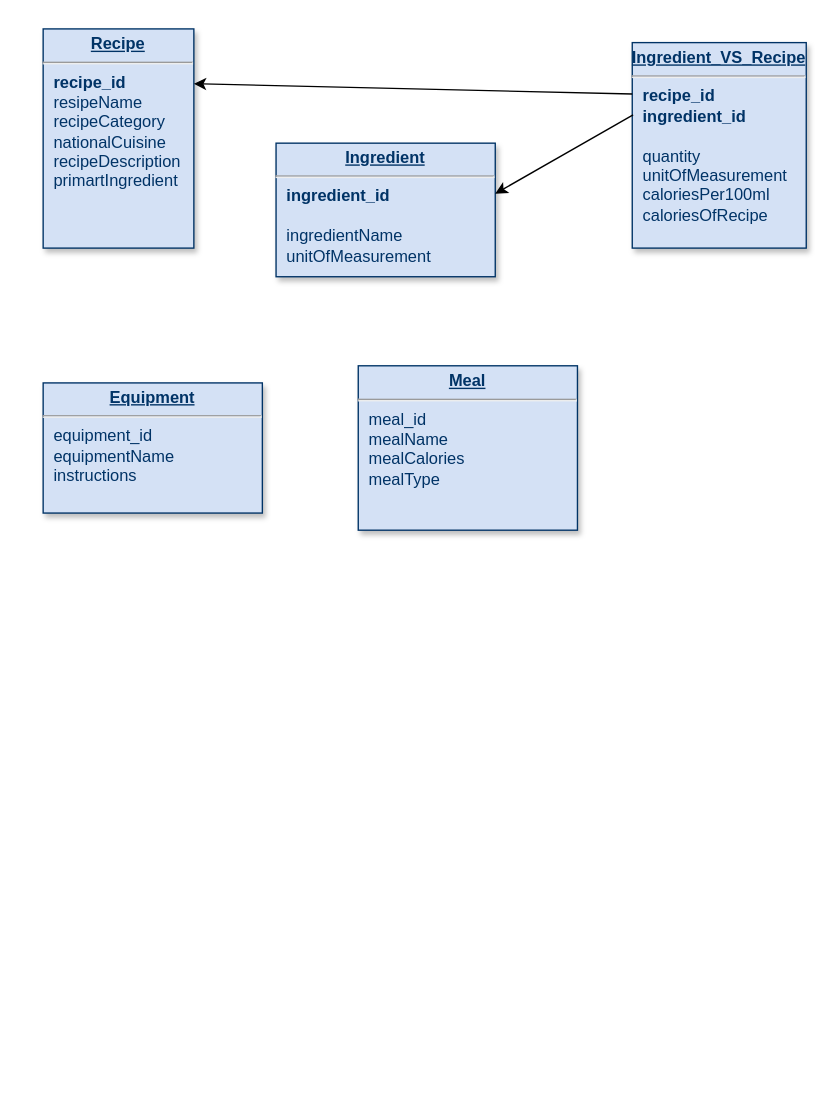
Silia030303/Data_Base_NTUA keeps this draw.io diagram as Untitled Diagram.drawio. Above is the earlier version. Source tidied: cells renumbered, new cells numbered last; positions are measured from the earlier drawing's top-left corner, leaving out a move shared by most shapes. Both pictures are drawn from the tidied source at 137%, with x=0, y=0 at pixel (42, 29).
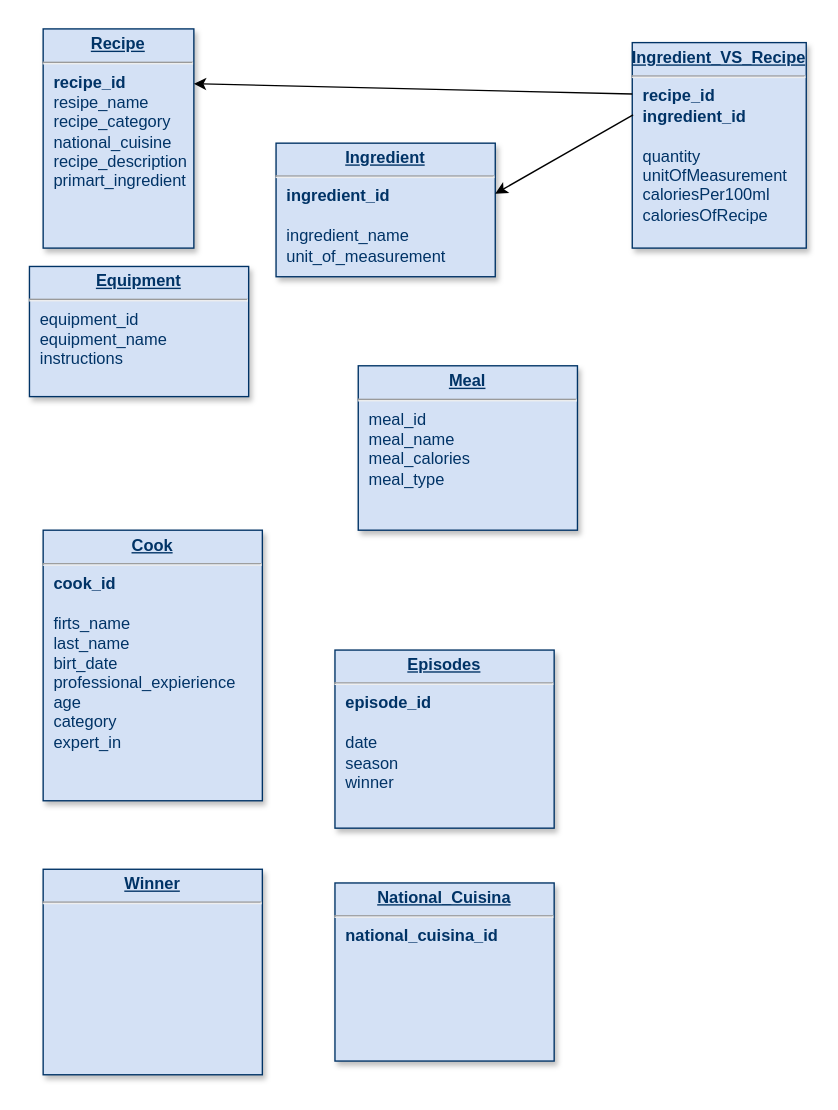
After the change.

The edit, as a diff of the source:
```diff
@@
 <mxGraphModel>
   <root>
     <mxCell id="0" />
     <mxCell id="1" parent="0" />
-    <mxCell id="2" value="&lt;p style=&quot;margin: 0px; margin-top: 4px; text-align: center; text-decoration: underline;&quot;&gt;&lt;b&gt;Meal&lt;/b&gt;&lt;/p&gt;&lt;hr&gt;&lt;p style=&quot;margin: 0px; margin-left: 8px;&quot;&gt;meal_id&lt;br&gt;mealName&lt;/p&gt;&lt;p style=&quot;margin: 0px; margin-left: 8px;&quot;&gt;mealCalories&lt;/p&gt;&lt;p style=&quot;margin: 0px; margin-left: 8px;&quot;&gt;mealType&lt;/p&gt;" style="verticalAlign=top;align=left;overflow=fill;fontSize=12;fontFamily=Helvetica;html=1;strokeColor=#003366;shadow=1;fillColor=#D4E1F5;fontColor=#003366;" parent="1" vertex="1">
+    <mxCell id="2" value="&lt;p style=&quot;margin: 0px; margin-top: 4px; text-align: center; text-decoration: underline;&quot;&gt;&lt;b&gt;Meal&lt;/b&gt;&lt;/p&gt;&lt;hr&gt;&lt;p style=&quot;margin: 0px; margin-left: 8px;&quot;&gt;meal_id&lt;br&gt;meal_name&lt;/p&gt;&lt;p style=&quot;margin: 0px; margin-left: 8px;&quot;&gt;meal_calories&lt;/p&gt;&lt;p style=&quot;margin: 0px; margin-left: 8px;&quot;&gt;meal_type&lt;/p&gt;" style="verticalAlign=top;align=left;overflow=fill;fontSize=12;fontFamily=Helvetica;html=1;strokeColor=#003366;shadow=1;fillColor=#D4E1F5;fontColor=#003366;" parent="1" vertex="1">
       <mxGeometry x="230" y="245.5" width="160" height="120" as="geometry" />
     </mxCell>
-    <mxCell id="3" value="&lt;p style=&quot;margin: 4px 0px 0px; text-align: center;&quot;&gt;&lt;b style=&quot;text-decoration-line: underline;&quot;&gt;In&lt;/b&gt;&lt;span style=&quot;background-color: initial; text-align: left;&quot;&gt;&lt;b&gt;&lt;u&gt;gredient&lt;/u&gt;&lt;/b&gt;&lt;/span&gt;&lt;/p&gt;&lt;hr&gt;&lt;p style=&quot;margin: 0px; margin-left: 8px;&quot;&gt;&lt;b&gt;ingredient_id&lt;/b&gt;&lt;/p&gt;&lt;p style=&quot;margin: 0px; margin-left: 8px;&quot;&gt;&lt;br&gt;&lt;/p&gt;&lt;p style=&quot;margin: 0px; margin-left: 8px;&quot;&gt;ingredientName&amp;nbsp;&lt;/p&gt;&lt;p style=&quot;margin: 0px; margin-left: 8px;&quot;&gt;unitOfMeasurement&lt;/p&gt;" style="verticalAlign=top;align=left;overflow=fill;fontSize=12;fontFamily=Helvetica;html=1;strokeColor=#003366;shadow=1;fillColor=#D4E1F5;fontColor=#003366;" parent="1" vertex="1">
+    <mxCell id="3" value="&lt;p style=&quot;margin: 4px 0px 0px; text-align: center;&quot;&gt;&lt;b style=&quot;text-decoration-line: underline;&quot;&gt;In&lt;/b&gt;&lt;span style=&quot;background-color: initial; text-align: left;&quot;&gt;&lt;b&gt;&lt;u&gt;gredient&lt;/u&gt;&lt;/b&gt;&lt;/span&gt;&lt;/p&gt;&lt;hr&gt;&lt;p style=&quot;margin: 0px; margin-left: 8px;&quot;&gt;&lt;b&gt;ingredient_id&lt;/b&gt;&lt;/p&gt;&lt;p style=&quot;margin: 0px; margin-left: 8px;&quot;&gt;&lt;br&gt;&lt;/p&gt;&lt;p style=&quot;margin: 0px; margin-left: 8px;&quot;&gt;ingredient_name&amp;nbsp;&lt;/p&gt;&lt;p style=&quot;margin: 0px; margin-left: 8px;&quot;&gt;unit_of_measurement&lt;/p&gt;" style="verticalAlign=top;align=left;overflow=fill;fontSize=12;fontFamily=Helvetica;html=1;strokeColor=#003366;shadow=1;fillColor=#D4E1F5;fontColor=#003366;" parent="1" vertex="1">
       <mxGeometry x="170" y="83" width="160" height="97.5" as="geometry" />
     </mxCell>
-    <mxCell id="4" value="&lt;p style=&quot;margin: 0px; margin-top: 4px; text-align: center; text-decoration: underline;&quot;&gt;&lt;b&gt;Equipment&lt;/b&gt;&lt;/p&gt;&lt;hr&gt;&lt;p style=&quot;margin: 0px; margin-left: 8px;&quot;&gt;equipment_id&lt;/p&gt;&lt;p style=&quot;margin: 0px; margin-left: 8px;&quot;&gt;equipmentName&amp;nbsp;&lt;/p&gt;&lt;p style=&quot;margin: 0px; margin-left: 8px;&quot;&gt;instructions&lt;/p&gt;" style="verticalAlign=top;align=left;overflow=fill;fontSize=12;fontFamily=Helvetica;html=1;strokeColor=#003366;shadow=1;fillColor=#D4E1F5;fontColor=#003366;" parent="1" vertex="1">
-      <mxGeometry y="258" width="160" height="95" as="geometry" />
+    <mxCell id="4" value="&lt;p style=&quot;margin: 0px; margin-top: 4px; text-align: center; text-decoration: underline;&quot;&gt;&lt;b&gt;Equipment&lt;/b&gt;&lt;/p&gt;&lt;hr&gt;&lt;p style=&quot;margin: 0px; margin-left: 8px;&quot;&gt;equipment_id&lt;/p&gt;&lt;p style=&quot;margin: 0px; margin-left: 8px;&quot;&gt;equipment_name&amp;nbsp;&lt;/p&gt;&lt;p style=&quot;margin: 0px; margin-left: 8px;&quot;&gt;instructions&lt;/p&gt;" style="verticalAlign=top;align=left;overflow=fill;fontSize=12;fontFamily=Helvetica;html=1;strokeColor=#003366;shadow=1;fillColor=#D4E1F5;fontColor=#003366;" parent="1" vertex="1">
+      <mxGeometry x="-10" y="173" width="160" height="95" as="geometry" />
     </mxCell>
     <mxCell id="5" value="&lt;p style=&quot;margin: 0px; margin-top: 4px; text-align: center; text-decoration: underline;&quot;&gt;&lt;b&gt;Ingredient_VS_Recipe&lt;/b&gt;&lt;/p&gt;&lt;hr&gt;&lt;p style=&quot;margin: 0px; margin-left: 8px;&quot;&gt;&lt;b&gt;recipe_id&lt;/b&gt;&lt;/p&gt;&lt;p style=&quot;margin: 0px; margin-left: 8px;&quot;&gt;&lt;b&gt;ingredient_id&lt;/b&gt;&lt;/p&gt;&lt;p style=&quot;margin: 0px; margin-left: 8px;&quot;&gt;&lt;br&gt;&lt;/p&gt;&lt;p style=&quot;margin: 0px; margin-left: 8px;&quot;&gt;quantity&amp;nbsp;&lt;/p&gt;&lt;p style=&quot;margin: 0px; margin-left: 8px;&quot;&gt;unitOfMeasurement&lt;/p&gt;&lt;p style=&quot;margin: 0px; margin-left: 8px;&quot;&gt;caloriesPer100ml&lt;/p&gt;&lt;p style=&quot;margin: 0px; margin-left: 8px;&quot;&gt;caloriesOfRecipe&lt;/p&gt;" style="verticalAlign=top;align=left;overflow=fill;fontSize=12;fontFamily=Helvetica;html=1;strokeColor=#003366;shadow=1;fillColor=#D4E1F5;fontColor=#003366;" parent="1" vertex="1">
       <mxGeometry x="430" y="9.6" width="127" height="150" as="geometry" />
     </mxCell>
-    <mxCell id="6" value="&lt;p style=&quot;margin: 0px; margin-top: 4px; text-align: center; text-decoration: underline;&quot;&gt;&lt;b&gt;Recipe&lt;/b&gt;&lt;/p&gt;&lt;hr&gt;&lt;p style=&quot;margin: 0px; margin-left: 8px;&quot;&gt;&lt;b&gt;recipe_id&lt;/b&gt;&lt;/p&gt;&lt;p style=&quot;margin: 0px; margin-left: 8px;&quot;&gt;resipeName&lt;/p&gt;&lt;p style=&quot;margin: 0px; margin-left: 8px;&quot;&gt;recipeCategory&lt;/p&gt;&lt;p style=&quot;margin: 0px; margin-left: 8px;&quot;&gt;nationalCuisine&lt;/p&gt;&lt;p style=&quot;margin: 0px; margin-left: 8px;&quot;&gt;recipeDescription&lt;/p&gt;&lt;p style=&quot;margin: 0px; margin-left: 8px;&quot;&gt;primartIngredient&lt;/p&gt;" style="verticalAlign=top;align=left;overflow=fill;fontSize=12;fontFamily=Helvetica;html=1;strokeColor=#003366;shadow=1;fillColor=#D4E1F5;fontColor=#003366;" parent="1" vertex="1">
+    <mxCell id="6" value="&lt;p style=&quot;margin: 0px; margin-top: 4px; text-align: center; text-decoration: underline;&quot;&gt;&lt;b&gt;Recipe&lt;/b&gt;&lt;/p&gt;&lt;hr&gt;&lt;p style=&quot;margin: 0px; margin-left: 8px;&quot;&gt;&lt;b&gt;recipe_id&lt;/b&gt;&lt;/p&gt;&lt;p style=&quot;margin: 0px; margin-left: 8px;&quot;&gt;resipe_name&lt;/p&gt;&lt;p style=&quot;margin: 0px; margin-left: 8px;&quot;&gt;recipe_category&lt;/p&gt;&lt;p style=&quot;margin: 0px; margin-left: 8px;&quot;&gt;national_cuisine&lt;/p&gt;&lt;p style=&quot;margin: 0px; margin-left: 8px;&quot;&gt;recipe_description&lt;/p&gt;&lt;p style=&quot;margin: 0px; margin-left: 8px;&quot;&gt;primart_ingredient&lt;/p&gt;" style="verticalAlign=top;align=left;overflow=fill;fontSize=12;fontFamily=Helvetica;html=1;strokeColor=#003366;shadow=1;fillColor=#D4E1F5;fontColor=#003366;" parent="1" vertex="1">
       <mxGeometry y="-0.4" width="110" height="160" as="geometry" />
     </mxCell>
     <mxCell id="7" style="endArrow=classic;html=1;rounded=0;exitX=0;exitY=0.25;exitDx=0;exitDy=0;entryX=1;entryY=0.25;entryDx=0;entryDy=0;" parent="1" edge="1" source="5" target="6">
       <mxGeometry relative="1" as="geometry" />
     </mxCell>
     <mxCell id="8" style="endArrow=classic;html=1;rounded=0;exitX=0.005;exitY=0.352;exitDx=0;exitDy=0;exitPerimeter=0;entryX=1;entryY=0.378;entryDx=0;entryDy=0;entryPerimeter=0;" parent="1" edge="1" source="5" target="3">
       <mxGeometry relative="1" as="geometry" />
     </mxCell>
+    <mxCell id="9" value="&lt;p style=&quot;margin: 0px; margin-top: 4px; text-align: center; text-decoration: underline;&quot;&gt;&lt;b&gt;Episodes&lt;/b&gt;&lt;/p&gt;&lt;hr&gt;&lt;p style=&quot;margin: 0px; margin-left: 8px;&quot;&gt;&lt;b&gt;episode_id&lt;/b&gt;&lt;/p&gt;&lt;p style=&quot;margin: 0px; margin-left: 8px;&quot;&gt;&lt;br&gt;&lt;/p&gt;&lt;p style=&quot;margin: 0px; margin-left: 8px;&quot;&gt;date&lt;/p&gt;&lt;p style=&quot;margin: 0px; margin-left: 8px;&quot;&gt;season&lt;/p&gt;&lt;p style=&quot;margin: 0px; margin-left: 8px;&quot;&gt;winner&lt;/p&gt;&lt;p style=&quot;margin: 0px; margin-left: 8px;&quot;&gt;&lt;br&gt;&lt;/p&gt;" style="verticalAlign=top;align=left;overflow=fill;fontSize=12;fontFamily=Helvetica;html=1;strokeColor=#003366;shadow=1;fillColor=#D4E1F5;fontColor=#003366;" parent="1" vertex="1">
+      <mxGeometry x="213" y="453" width="160" height="130" as="geometry" />
+    </mxCell>
+    <mxCell id="10" value="&lt;p style=&quot;margin: 0px; margin-top: 4px; text-align: center; text-decoration: underline;&quot;&gt;&lt;b&gt;National_Cuisina&lt;/b&gt;&lt;/p&gt;&lt;hr&gt;&lt;p style=&quot;margin: 0px; margin-left: 8px;&quot;&gt;&lt;b&gt;national_cuisina_id&lt;/b&gt;&lt;/p&gt;&lt;p style=&quot;margin: 0px; margin-left: 8px;&quot;&gt;&lt;br&gt;&lt;/p&gt;&lt;p style=&quot;margin: 0px; margin-left: 8px;&quot;&gt;&lt;br&gt;&lt;/p&gt;" style="verticalAlign=top;align=left;overflow=fill;fontSize=12;fontFamily=Helvetica;html=1;strokeColor=#003366;shadow=1;fillColor=#D4E1F5;fontColor=#003366;" parent="1" vertex="1">
+      <mxGeometry x="213" y="623" width="160" height="130" as="geometry" />
+    </mxCell>
+    <mxCell id="11" value="&lt;p style=&quot;margin: 0px; margin-top: 4px; text-align: center; text-decoration: underline;&quot;&gt;&lt;b&gt;Winner&lt;/b&gt;&lt;/p&gt;&lt;hr&gt;&lt;p style=&quot;margin: 0px; margin-left: 8px;&quot;&gt;&lt;br&gt;&lt;/p&gt;&lt;p style=&quot;margin: 0px; margin-left: 8px;&quot;&gt;&lt;br&gt;&lt;/p&gt;&lt;p style=&quot;margin: 0px; margin-left: 8px;&quot;&gt;&lt;br&gt;&lt;/p&gt;" style="verticalAlign=top;align=left;overflow=fill;fontSize=12;fontFamily=Helvetica;html=1;strokeColor=#003366;shadow=1;fillColor=#D4E1F5;fontColor=#003366;" parent="1" vertex="1">
+      <mxGeometry y="613" width="160" height="150" as="geometry" />
+    </mxCell>
+    <mxCell id="12" value="&lt;p style=&quot;margin: 0px; margin-top: 4px; text-align: center; text-decoration: underline;&quot;&gt;&lt;b&gt;Cook&lt;/b&gt;&lt;/p&gt;&lt;hr&gt;&lt;p style=&quot;margin: 0px; margin-left: 8px;&quot;&gt;&lt;b&gt;cook_id&lt;/b&gt;&lt;/p&gt;&lt;p style=&quot;margin: 0px; margin-left: 8px;&quot;&gt;&lt;br&gt;&lt;/p&gt;&lt;p style=&quot;margin: 0px; margin-left: 8px;&quot;&gt;firts_name&lt;/p&gt;&lt;p style=&quot;margin: 0px; margin-left: 8px;&quot;&gt;last_name&lt;/p&gt;&lt;p style=&quot;margin: 0px; margin-left: 8px;&quot;&gt;birt_date&lt;/p&gt;&lt;p style=&quot;margin: 0px; margin-left: 8px;&quot;&gt;professional_expierience&lt;/p&gt;&lt;p style=&quot;margin: 0px; margin-left: 8px;&quot;&gt;age&lt;/p&gt;&lt;p style=&quot;margin: 0px; margin-left: 8px;&quot;&gt;category&lt;/p&gt;&lt;p style=&quot;margin: 0px; margin-left: 8px;&quot;&gt;expert_in&lt;/p&gt;&lt;p style=&quot;margin: 0px; margin-left: 8px;&quot;&gt;&lt;br&gt;&lt;/p&gt;" style="verticalAlign=top;align=left;overflow=fill;fontSize=12;fontFamily=Helvetica;html=1;strokeColor=#003366;shadow=1;fillColor=#D4E1F5;fontColor=#003366;" parent="1" vertex="1">
+      <mxGeometry y="365.5" width="160" height="197.5" as="geometry" />
+    </mxCell>
   </root>
 </mxGraphModel>
```
